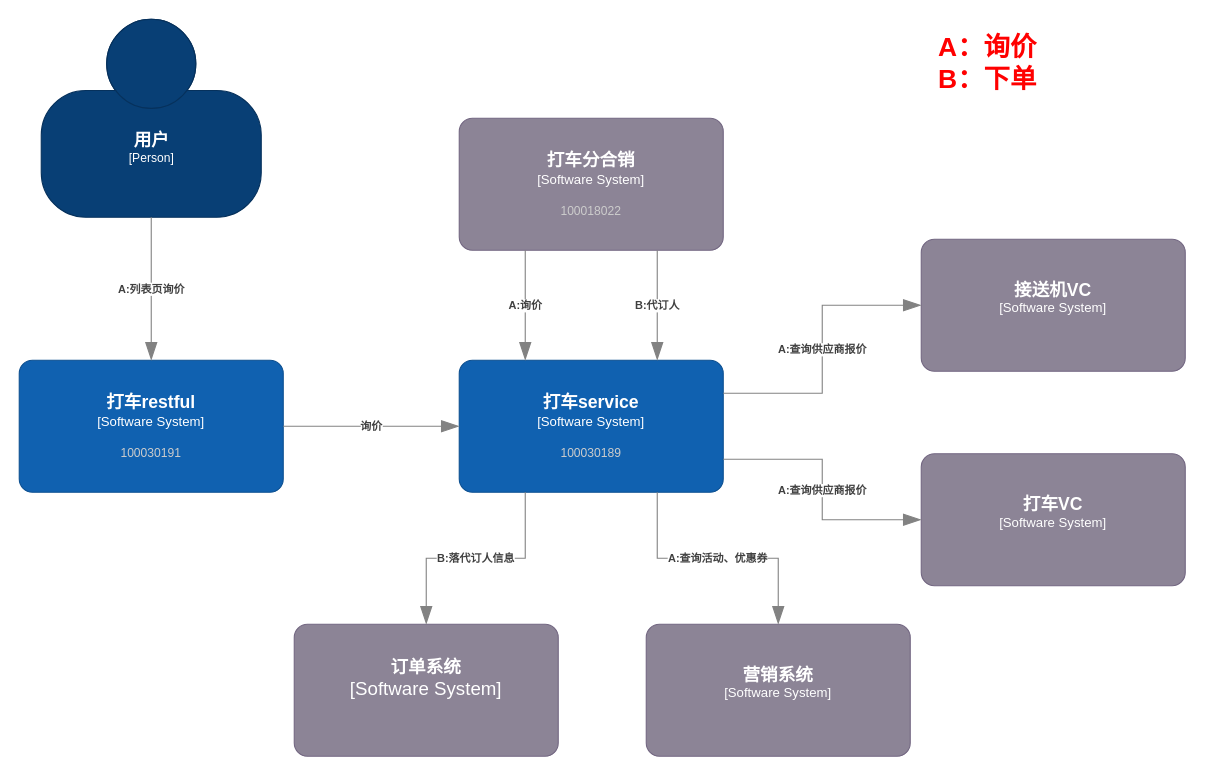
Above: Untitled Diagram.drawio in miareko/c4-diagram (draw.io), before the change. Source tidied: cells renumbered, new cells numbered last; positions are measured from the earlier drawing's top-left corner, leaving out a move shared by most shapes. Both pictures are drawn from the tidied source at 110%, with x=0, y=0 at pixel (19, 19).
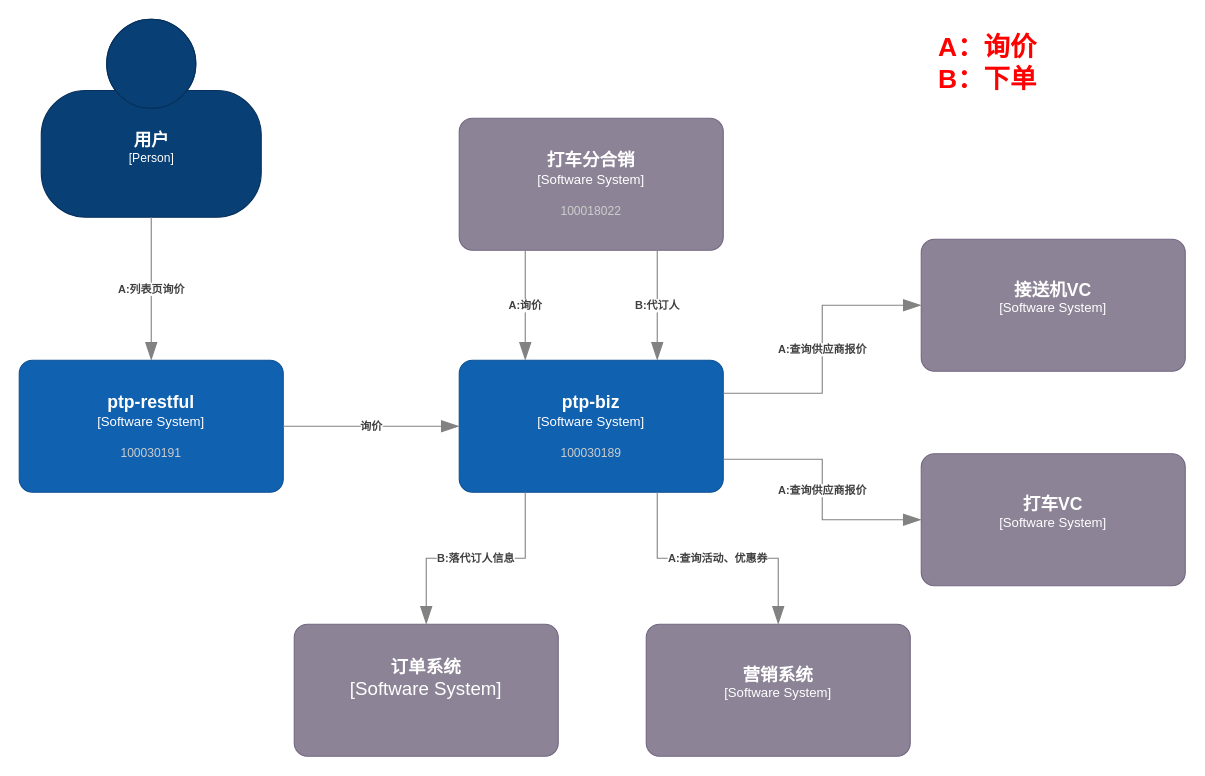
After the change.

Diff of the diagram source:
```diff
@@
-    <object id="3" label="&lt;font style=&quot;font-size: 16px&quot;&gt;&lt;b&gt;%c4Name%&lt;/b&gt;&lt;/font&gt;&lt;div&gt;[%c4Type%]&lt;/div&gt;&lt;br&gt;&lt;div&gt;&lt;font style=&quot;font-size: 11px&quot;&gt;&lt;font color=&quot;#cccccc&quot;&gt;%c4Description%&lt;/font&gt;&lt;/div&gt;" c4Description="100030191" c4Name="打车restful" c4Type="Software System" placeholders="1">
+    <object id="3" label="&lt;font style=&quot;font-size: 16px&quot;&gt;&lt;b&gt;%c4Name%&lt;/b&gt;&lt;/font&gt;&lt;div&gt;[%c4Type%]&lt;/div&gt;&lt;br&gt;&lt;div&gt;&lt;font style=&quot;font-size: 11px&quot;&gt;&lt;font color=&quot;#cccccc&quot;&gt;%c4Description%&lt;/font&gt;&lt;/div&gt;" c4Description="100030191" c4Name="ptp-restful" c4Type="Software System" placeholders="1">
       <mxCell style="rounded=1;whiteSpace=wrap;html=1;labelBackgroundColor=none;fillColor=#1061B0;fontColor=#ffffff;align=center;arcSize=10;strokeColor=#0D5091;points=[[0.25,0,0],[0.5,0,0],[0.75,0,0],[1,0.25,0],[1,0.5,0],[1,0.75,0],[0.75,1,0],[0.5,1,0],[0.25,1,0],[0,0.75,0],[0,0.5,0],[0,0.25,0]];" parent="1" vertex="1">
         <mxGeometry y="310" width="240" height="120" as="geometry" />
       </mxCell>
     </object>
-    <object id="4" label="&lt;font style=&quot;font-size: 16px&quot;&gt;&lt;b&gt;%c4Name%&lt;/b&gt;&lt;/font&gt;&lt;div&gt;[%c4Type%]&lt;/div&gt;&lt;br&gt;&lt;div&gt;&lt;font style=&quot;font-size: 11px&quot;&gt;&lt;font color=&quot;#cccccc&quot;&gt;%c4Description%&lt;/font&gt;&lt;/div&gt;" c4Description="100030189" c4Name="打车service" c4Type="Software System" placeholders="1">
+    <object id="4" label="&lt;font style=&quot;font-size: 16px&quot;&gt;&lt;b&gt;%c4Name%&lt;/b&gt;&lt;/font&gt;&lt;div&gt;[%c4Type%]&lt;/div&gt;&lt;br&gt;&lt;div&gt;&lt;font style=&quot;font-size: 11px&quot;&gt;&lt;font color=&quot;#cccccc&quot;&gt;%c4Description%&lt;/font&gt;&lt;/div&gt;" c4Description="100030189" c4Name="ptp-biz" c4Type="Software System" placeholders="1">
       <mxCell style="rounded=1;whiteSpace=wrap;html=1;labelBackgroundColor=none;fillColor=#1061B0;fontColor=#ffffff;align=center;arcSize=10;strokeColor=#0D5091;points=[[0.25,0,0],[0.5,0,0],[0.75,0,0],[1,0.25,0],[1,0.5,0],[1,0.75,0],[0.75,1,0],[0.5,1,0],[0.25,1,0],[0,0.75,0],[0,0.5,0],[0,0.25,0]];" parent="1" vertex="1">
         <mxGeometry x="400" y="310" width="240" height="120" as="geometry" />
       </mxCell>
     </object>
```
